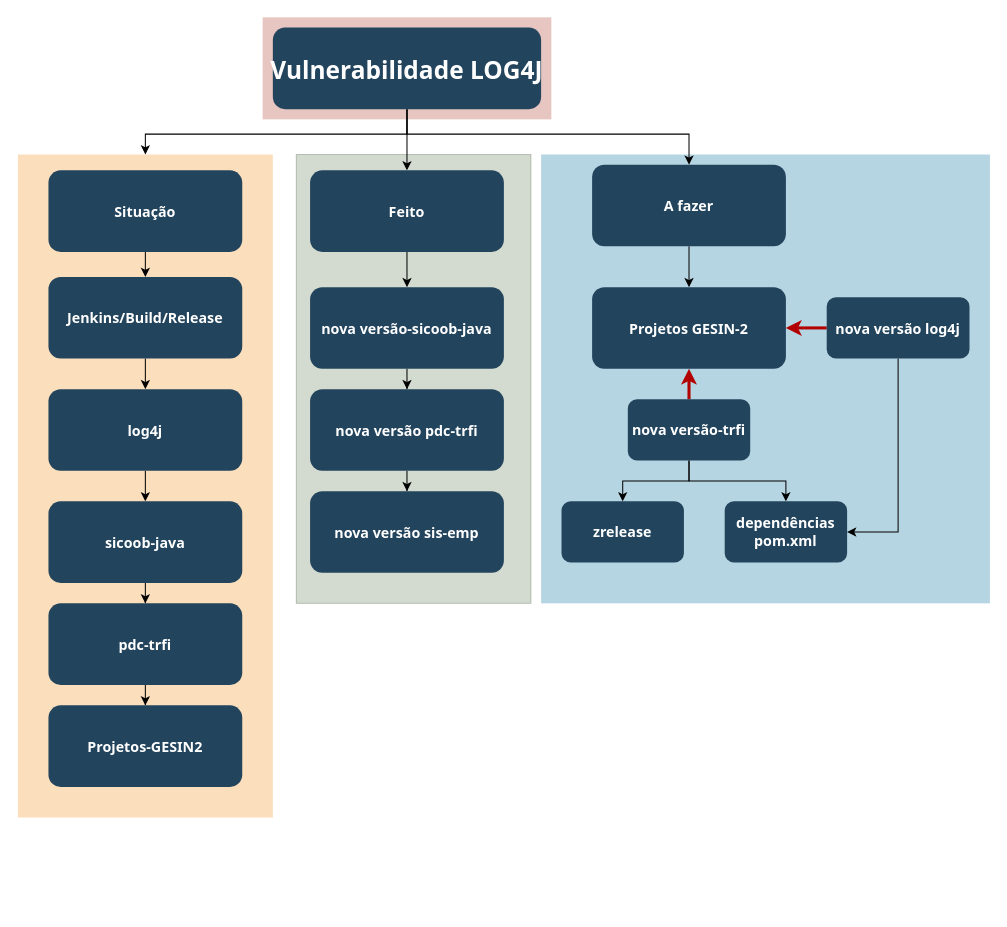
Above: Diagrama sem nome.drawio in jrvpontes/public (draw.io), before the change. Source tidied: cells renumbered, new cells numbered last; positions are measured from the earlier drawing's top-left corner, leaving out a move shared by most shapes. Both pictures are drawn from the tidied source at 102%, with x=0, y=0 at pixel (17, 17).
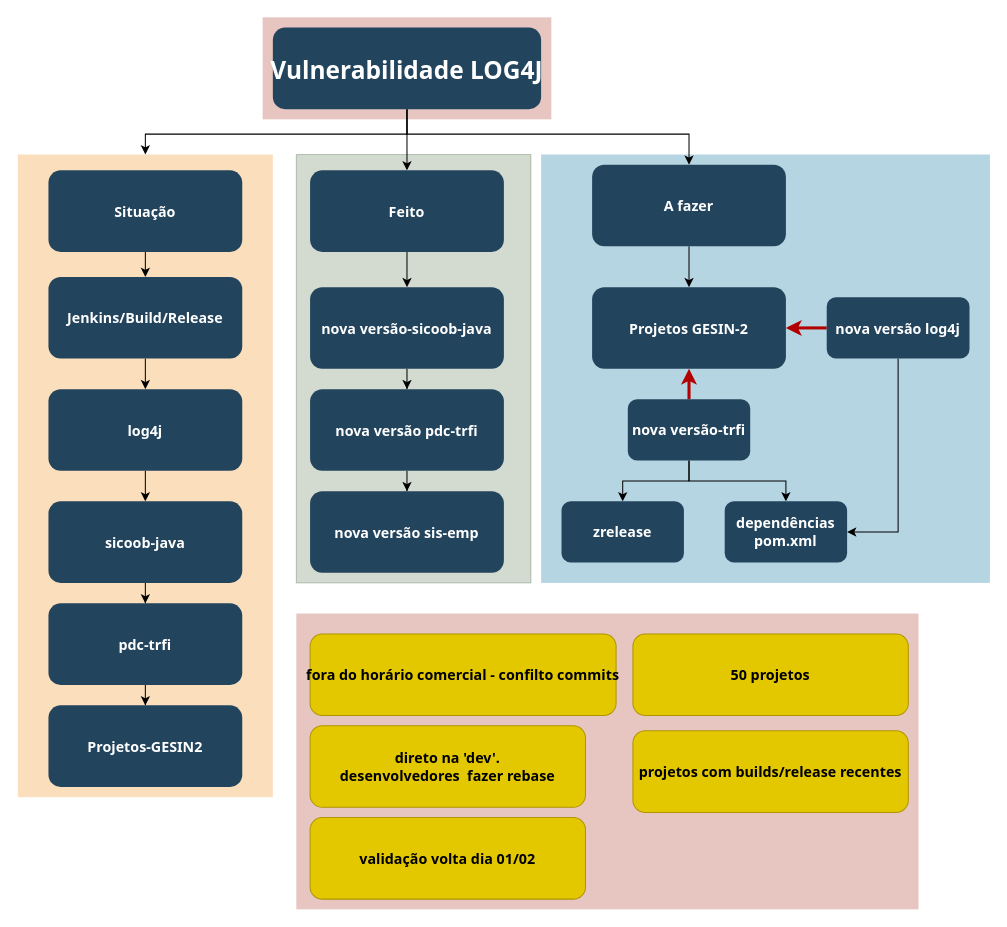
Above is the later version.

What changed in the source:
```diff
@@
     <mxCell id="2" style="fillColor=#6d8764;strokeColor=#3A5431;opacity=30;fontColor=#ffffff;" parent="1" vertex="1">
-      <mxGeometry x="273" y="134" width="230" height="440" as="geometry" />
+      <mxGeometry x="273" y="134" width="230" height="420" as="geometry" />
     </mxCell>
@@
     <mxCell id="4" style="fillColor=#10739E;strokeColor=none;opacity=30;" parent="1" vertex="1">
-      <mxGeometry x="513" y="134" width="440" height="440" as="geometry" />
+      <mxGeometry x="513" y="134" width="440" height="420" as="geometry" />
     </mxCell>
     <mxCell id="5" style="fillColor=#F2931E;strokeColor=none;opacity=30;" parent="1" vertex="1">
-      <mxGeometry y="134" width="250" height="650" as="geometry" />
+      <mxGeometry y="134" width="250" height="630" as="geometry" />
     </mxCell>
@@
+    <mxCell id="40" style="fillColor=#AE4132;strokeColor=none;opacity=30;" parent="1" vertex="1">
+      <mxGeometry x="273" y="584" width="610" height="290" as="geometry" />
+    </mxCell>
+    <mxCell id="41" value="fora do horário comercial - confilto commits" style="rounded=1;fillColor=#e3c800;strokeColor=#B09500;fontStyle=1;fontFamily=Tahoma;fontSize=14;fontColor=#000000;" parent="1" vertex="1">
+      <mxGeometry x="286.5" y="604" width="300" height="80" as="geometry" />
+    </mxCell>
+    <mxCell id="42" value="direto na 'dev'.&#10;desenvolvedores  fazer rebase" style="rounded=1;fillColor=#e3c800;strokeColor=#B09500;fontStyle=1;fontFamily=Tahoma;fontSize=14;fontColor=#000000;" parent="1" vertex="1">
+      <mxGeometry x="286.5" y="694" width="270" height="80" as="geometry" />
+    </mxCell>
+    <mxCell id="43" value="validação volta dia 01/02" style="rounded=1;fillColor=#e3c800;strokeColor=#B09500;fontStyle=1;fontFamily=Tahoma;fontSize=14;fontColor=#000000;" parent="1" vertex="1">
+      <mxGeometry x="286.5" y="784" width="270" height="80" as="geometry" />
+    </mxCell>
+    <mxCell id="44" value="50 projetos" style="rounded=1;fillColor=#e3c800;strokeColor=#B09500;fontStyle=1;fontFamily=Tahoma;fontSize=14;fontColor=#000000;" parent="1" vertex="1">
+      <mxGeometry x="603" y="604" width="270" height="80" as="geometry" />
+    </mxCell>
+    <mxCell id="45" value="projetos com builds/release recentes" style="rounded=1;fillColor=#e3c800;strokeColor=#B09500;fontStyle=1;fontFamily=Tahoma;fontSize=14;fontColor=#000000;" parent="1" vertex="1">
+      <mxGeometry x="603" y="699" width="270" height="80" as="geometry" />
+    </mxCell>
```
